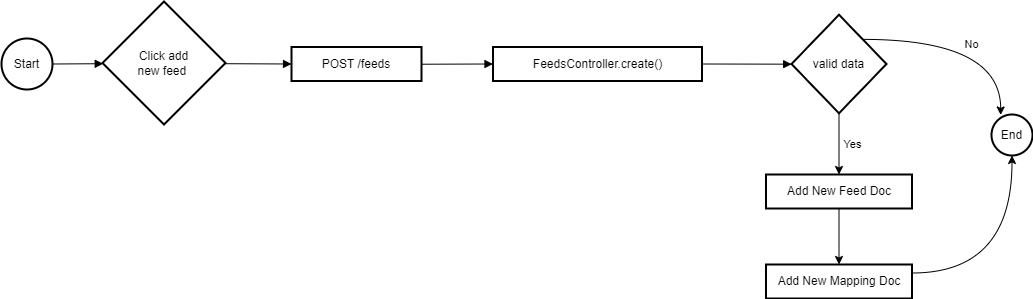
Before: Untitled Diagram.drawio.png, a diagram exported from draw.io (j-000/drawio). Source tidied: cells renumbered, new cells last; positions are measured from the earlier drawing's top-left corner, leaving out a move shared by most shapes. The source it was exported from:
```xml
<mxGraphModel>
  <root>
    <mxCell id="0" />
    <mxCell id="1" parent="0" />
    <mxCell id="2" value="Start" style="ellipse;strokeWidth=2;whiteSpace=wrap;" parent="1" vertex="1">
      <mxGeometry y="37" width="51" height="51" as="geometry" />
    </mxCell>
    <mxCell id="3" value="Click add&#10;new feed " style="rhombus;strokeWidth=2;whiteSpace=wrap;" parent="1" vertex="1">
      <mxGeometry x="101" width="123" height="123" as="geometry" />
    </mxCell>
    <mxCell id="4" value="POST /feeds" style="whiteSpace=wrap;strokeWidth=2;" parent="1" vertex="1">
      <mxGeometry x="290" y="45.5" width="130" height="34" as="geometry" />
    </mxCell>
    <mxCell id="5" value="Yes" style="edgeStyle=orthogonalEdgeStyle;rounded=0;jettySize=auto;html=1;exitX=0.5;exitY=1;exitDx=0;exitDy=0;entryX=0.5;entryY=0;entryDx=0;entryDy=0;" parent="1" edge="1" source="7" target="17">
      <mxGeometry x="0.02" y="13" relative="1" as="geometry" />
    </mxCell>
    <mxCell id="6" value="No" style="edgeStyle=orthogonalEdgeStyle;rounded=0;jettySize=auto;html=1;exitX=1;exitY=0;exitDx=0;exitDy=0;entryX=0.224;entryY=0.012;entryDx=0;entryDy=0;elbow=vertical;entryPerimeter=0;curved=1;" parent="1" edge="1" source="7" target="10">
      <mxGeometry x="0.02" y="-5" relative="1" as="geometry" />
    </mxCell>
    <mxCell id="7" value="valid data" style="rhombus;strokeWidth=2;whiteSpace=wrap;" parent="1" vertex="1">
      <mxGeometry x="790" y="13.2" width="95" height="98.5" as="geometry" />
    </mxCell>
    <mxCell id="8" style="edgeStyle=orthogonalEdgeStyle;rounded=0;jettySize=auto;html=1;exitX=1;exitY=0.25;exitDx=0;exitDy=0;entryX=0.5;entryY=1;entryDx=0;entryDy=0;curved=1;" parent="1" edge="1" source="9" target="10">
      <mxGeometry relative="1" as="geometry" />
    </mxCell>
    <mxCell id="9" value="Add New Mapping Doc" style="whiteSpace=wrap;strokeWidth=2;" parent="1" vertex="1">
      <mxGeometry x="764.5" y="263" width="146" height="34" as="geometry" />
    </mxCell>
    <mxCell id="10" value="End" style="ellipse;strokeWidth=2;whiteSpace=wrap;" parent="1" vertex="1">
      <mxGeometry x="990" y="113" width="41" height="41" as="geometry" />
    </mxCell>
    <mxCell id="11" style="curved=1;startArrow=none;endArrow=block;exitX=0.9934129901960784;exitY=0.49440870098039214;entryX=-0.00273119918699187;entryY=0.5058117378048781;" parent="1" edge="1" source="2" target="3">
      <mxGeometry relative="1" as="geometry" />
    </mxCell>
    <mxCell id="12" style="curved=1;startArrow=none;endArrow=block;exitX=1.0010797764227641;exitY=0.5058117378048781;entryX=0;entryY=0.5;entryDx=0;entryDy=0;" parent="1" edge="1" source="3" target="4">
      <mxGeometry relative="1" as="geometry" />
    </mxCell>
    <mxCell id="13" style="curved=1;startArrow=none;endArrow=block;exitX=0.9955041273584906;exitY=0.5063189338235294;entryX=0;entryY=0.5;entryDx=0;entryDy=0;" parent="1" edge="1" source="4" target="15">
      <mxGeometry relative="1" as="geometry" />
    </mxCell>
    <mxCell id="14" style="curved=1;startArrow=none;endArrow=block;exitX=1;exitY=0.5;entryX=-0.000993114406779661;entryY=0.5018207097457628;exitDx=0;exitDy=0;" parent="1" edge="1" source="15" target="7">
      <mxGeometry relative="1" as="geometry" />
    </mxCell>
    <mxCell id="15" value="FeedsController.create()" style="whiteSpace=wrap;strokeWidth=2;" parent="1" vertex="1">
      <mxGeometry x="491.5" y="45.5" width="209" height="34" as="geometry" />
    </mxCell>
    <mxCell id="16" style="edgeStyle=orthogonalEdgeStyle;rounded=0;jettySize=auto;html=1;exitX=0.5;exitY=1;exitDx=0;exitDy=0;entryX=0.5;entryY=0;entryDx=0;entryDy=0;" parent="1" edge="1" source="17" target="9">
      <mxGeometry relative="1" as="geometry" />
    </mxCell>
    <mxCell id="17" value="Add New Feed Doc" style="whiteSpace=wrap;strokeWidth=2;" parent="1" vertex="1">
      <mxGeometry x="764.5" y="173" width="146" height="34" as="geometry" />
    </mxCell>
  </root>
</mxGraphModel>
```
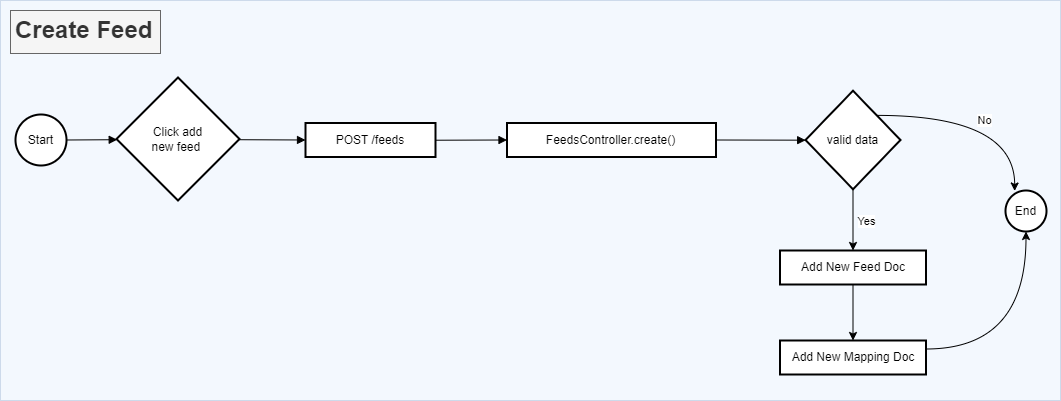
After the change.

What changed in the source:
```diff
@@ -2,6 +2,15 @@
   <root>
     <mxCell id="0" />
     <mxCell id="1" parent="0" />
+    <mxCell id="18" style="group;" parent="1" vertex="1">
+      <mxGeometry x="-15" y="-77" width="1060" height="400" as="geometry" />
+    </mxCell>
+    <mxCell id="19" style="rounded=0;whiteSpace=wrap;html=1;fillColor=#dae8fc;glass=0;strokeColor=#6c8ebf;opacity=30;shadow=0;" parent="18" vertex="1">
+      <mxGeometry width="1060" height="400" as="geometry" />
+    </mxCell>
+    <mxCell id="20" value="&lt;h1&gt;Create Feed&lt;/h1&gt;" style="text;html=1;strokeColor=#666666;fillColor=#f5f5f5;spacing=5;spacingTop=-20;whiteSpace=wrap;overflow=hidden;rounded=0;fontColor=#333333;" parent="18" vertex="1">
+      <mxGeometry x="10" y="10" width="150" height="43" as="geometry" />
+    </mxCell>
     <mxCell id="2" value="Start" style="ellipse;strokeWidth=2;whiteSpace=wrap;" parent="1" vertex="1">
       <mxGeometry y="37" width="51" height="51" as="geometry" />
     </mxCell>
```
